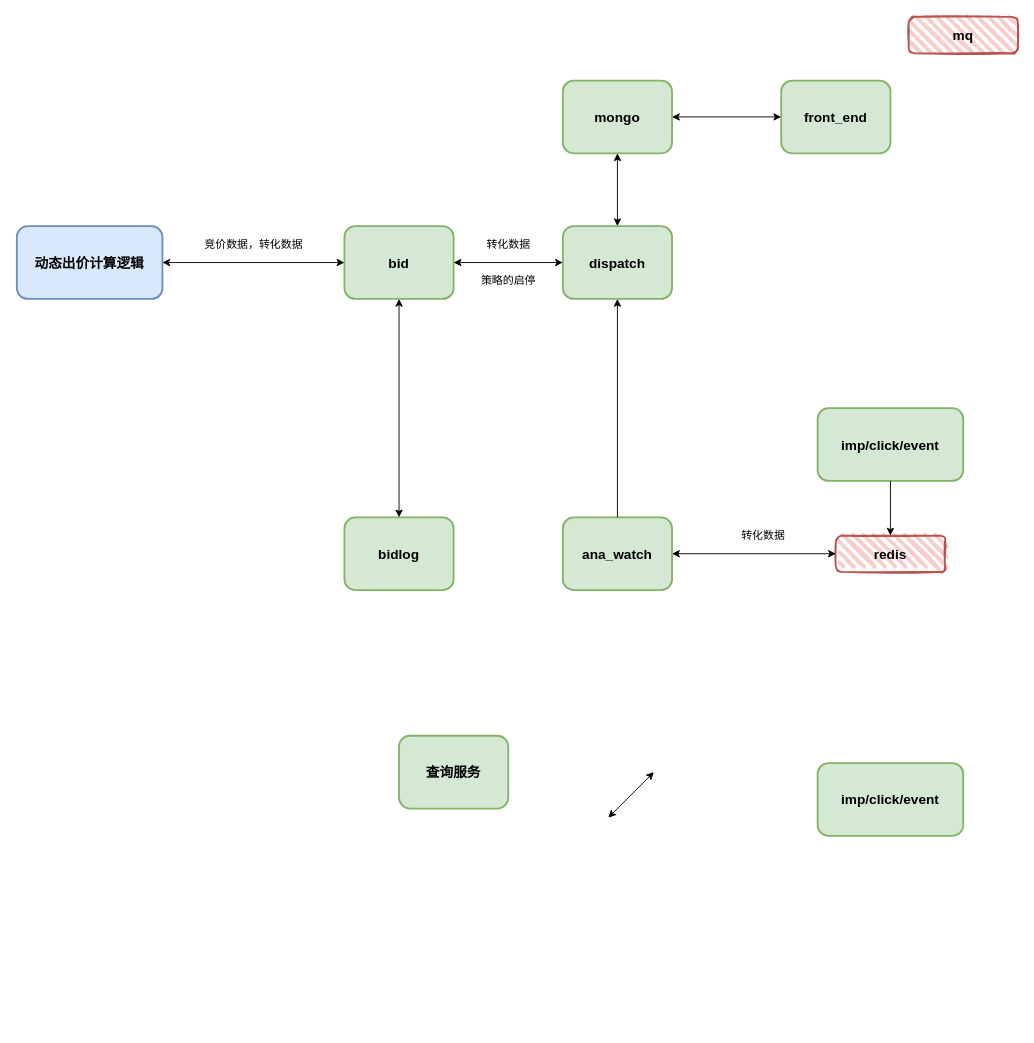
donscoco/diagrams keeps this draw.io diagram as sunteng/bidex/动态出价.drawio. Above is the earlier version. Source tidied: cells renumbered, new cells numbered last; positions are measured from the earlier drawing's top-left corner, leaving out a move shared by most shapes. Both pictures are drawn from the tidied source at 91%, with x=0, y=0 at pixel (16, 16).
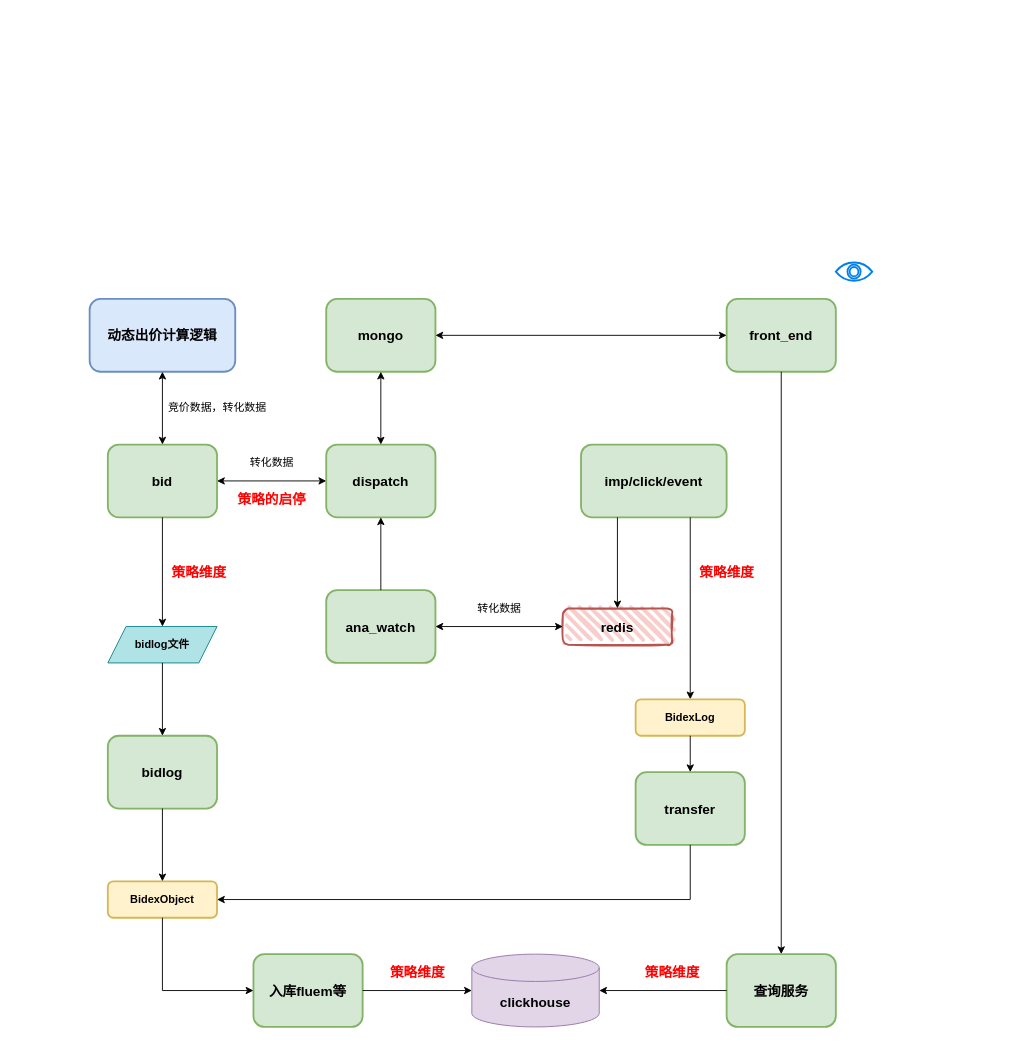
After the change.

Commit message:
更新动态出价.drawio

What changed in the source:
```diff
@@
     <mxCell id="2" value="&lt;b&gt;&lt;font style=&quot;font-size: 15px;&quot;&gt;动态出价计算逻辑&lt;/font&gt;&lt;/b&gt;" style="rounded=1;whiteSpace=wrap;html=1;strokeWidth=2;fillWeight=4;hachureGap=8;hachureAngle=45;fillColor=#dae8fc;strokeColor=#6c8ebf;" parent="1" vertex="1">
-      <mxGeometry y="230" width="160" height="80" as="geometry" />
+      <mxGeometry x="80" y="310" width="160" height="80" as="geometry" />
     </mxCell>
     <mxCell id="3" value="&lt;b&gt;&lt;font style=&quot;font-size: 15px;&quot;&gt;bid&lt;/font&gt;&lt;/b&gt;" style="rounded=1;whiteSpace=wrap;html=1;strokeWidth=2;fillWeight=4;hachureGap=8;hachureAngle=45;fillColor=#d5e8d4;strokeColor=#82b366;" parent="1" vertex="1">
-      <mxGeometry x="360" y="230" width="120" height="80" as="geometry" />
+      <mxGeometry x="100" y="470" width="120" height="80" as="geometry" />
     </mxCell>
-    <mxCell id="4" value="&lt;span style=&quot;font-size: 15px;&quot;&gt;&lt;b&gt;imp/click/event&lt;/b&gt;&lt;/span&gt;" style="rounded=1;whiteSpace=wrap;html=1;strokeWidth=2;fillWeight=4;hachureGap=8;hachureAngle=45;fillColor=#d5e8d4;strokeColor=#82b366;" parent="1" vertex="1">
-      <mxGeometry x="880" y="820" width="160" height="80" as="geometry" />
-    </mxCell>
-    <mxCell id="5" value="&lt;span style=&quot;font-size: 15px;&quot;&gt;&lt;b&gt;bidlog&lt;/b&gt;&lt;/span&gt;" style="rounded=1;whiteSpace=wrap;html=1;strokeWidth=2;fillWeight=4;hachureGap=8;hachureAngle=45;fillColor=#d5e8d4;strokeColor=#82b366;" parent="1" vertex="1">
-      <mxGeometry x="360" y="550" width="120" height="80" as="geometry" />
-    </mxCell>
-    <mxCell id="6" value="&lt;span style=&quot;font-size: 15px;&quot;&gt;&lt;b&gt;查询服务&lt;/b&gt;&lt;/span&gt;" style="rounded=1;whiteSpace=wrap;html=1;strokeWidth=2;fillWeight=4;hachureGap=8;hachureAngle=45;fillColor=#d5e8d4;strokeColor=#82b366;" parent="1" vertex="1">
-      <mxGeometry x="420" y="790" width="120" height="80" as="geometry" />
-    </mxCell>
-    <mxCell id="7" style="endArrow=classic;startArrow=classic;html=1;rounded=0;strokeWidth=1;" parent="1" edge="1">
-      <mxGeometry relative="1" as="geometry">
-        <mxPoint x="650" y="880" as="sourcePoint" />
-        <mxPoint x="700" y="830" as="targetPoint" />
-      </mxGeometry>
-    </mxCell>
-    <mxCell id="8" style="endArrow=classic;startArrow=classic;html=1;rounded=0;strokeWidth=1;" parent="1" edge="1" target="2">
-      <mxGeometry relative="1" as="geometry">
-        <mxPoint x="360" y="270" as="sourcePoint" />
-      </mxGeometry>
+    <mxCell id="8" style="endArrow=classic;startArrow=classic;html=1;rounded=0;strokeWidth=1;" parent="1" edge="1" source="3" target="2">
+      <mxGeometry relative="1" as="geometry" />
     </mxCell>
     <mxCell id="9" value="竞价数据，转化数据" style="text;strokeColor=none;fillColor=none;html=1;fontSize=12;fontStyle=0;verticalAlign=middle;align=center;" parent="1" vertex="1">
-      <mxGeometry x="200" y="230" width="120" height="40" as="geometry" />
+      <mxGeometry x="160" y="410" width="120" height="40" as="geometry" />
     </mxCell>
-    <mxCell id="10" style="endArrow=classic;startArrow=classic;html=1;rounded=0;strokeWidth=1;entryX=0.5;entryY=1;entryDx=0;entryDy=0;" parent="1" edge="1" source="5" target="3">
-      <mxGeometry relative="1" as="geometry" />
-    </mxCell>
     <mxCell id="11" value="&lt;span style=&quot;font-size: 15px;&quot;&gt;&lt;b&gt;imp/click/event&lt;/b&gt;&lt;/span&gt;" style="rounded=1;whiteSpace=wrap;html=1;strokeWidth=2;fillWeight=4;hachureGap=8;hachureAngle=45;fillColor=#d5e8d4;strokeColor=#82b366;" parent="1" vertex="1">
-      <mxGeometry x="880" y="430" width="160" height="80" as="geometry" />
+      <mxGeometry x="620" y="470" width="160" height="80" as="geometry" />
     </mxCell>
     <mxCell id="12" value="redis" style="rounded=1;whiteSpace=wrap;html=1;strokeWidth=2;fillWeight=4;hachureGap=8;hachureAngle=45;fillColor=#f8cecc;sketch=1;strokeColor=#b85450;fontStyle=1;fontSize=15;" parent="1" vertex="1">
-      <mxGeometry x="900" y="570" width="120" height="40" as="geometry" />
+      <mxGeometry x="600" y="650" width="120" height="40" as="geometry" />
     </mxCell>
     <mxCell id="13" value="&lt;span style=&quot;font-size: 15px;&quot;&gt;&lt;b&gt;dispatch&lt;/b&gt;&lt;/span&gt;" style="rounded=1;whiteSpace=wrap;html=1;strokeWidth=2;fillWeight=4;hachureGap=8;hachureAngle=45;fillColor=#d5e8d4;strokeColor=#82b366;" parent="1" vertex="1">
-      <mxGeometry x="600" y="230" width="120" height="80" as="geometry" />
+      <mxGeometry x="340" y="470" width="120" height="80" as="geometry" />
     </mxCell>
-    <mxCell id="14" value="mq" style="rounded=1;whiteSpace=wrap;html=1;strokeWidth=2;fillWeight=4;hachureGap=8;hachureAngle=45;fillColor=#f8cecc;sketch=1;strokeColor=#b85450;fontStyle=1;fontSize=15;" parent="1" vertex="1">
-      <mxGeometry x="980" width="120" height="40" as="geometry" />
-    </mxCell>
-    <mxCell id="15" style="endArrow=classic;html=1;rounded=0;exitX=0.5;exitY=1;exitDx=0;exitDy=0;entryX=0.5;entryY=0;entryDx=0;entryDy=0;" parent="1" edge="1" source="11" target="12">
+    <mxCell id="15" style="endArrow=classic;html=1;rounded=0;exitX=0.25;exitY=1;exitDx=0;exitDy=0;entryX=0.5;entryY=0;entryDx=0;entryDy=0;" parent="1" edge="1" source="11" target="12">
       <mxGeometry relative="1" as="geometry" />
     </mxCell>
     <mxCell id="16" value="&lt;span style=&quot;font-size: 15px;&quot;&gt;&lt;b&gt;ana_watch&lt;/b&gt;&lt;/span&gt;" style="rounded=1;whiteSpace=wrap;html=1;strokeWidth=2;fillWeight=4;hachureGap=8;hachureAngle=45;fillColor=#d5e8d4;strokeColor=#82b366;" parent="1" vertex="1">
-      <mxGeometry x="600" y="550" width="120" height="80" as="geometry" />
+      <mxGeometry x="340" y="630" width="120" height="80" as="geometry" />
     </mxCell>
@@
     <mxCell id="19" value="转化数据" style="text;strokeColor=none;fillColor=none;html=1;fontSize=12;fontStyle=0;verticalAlign=middle;align=center;" parent="1" vertex="1">
-      <mxGeometry x="760" y="550" width="120" height="40" as="geometry" />
+      <mxGeometry x="470" y="630" width="120" height="40" as="geometry" />
     </mxCell>
     <mxCell id="20" value="&lt;span style=&quot;font-size: 15px;&quot;&gt;&lt;b&gt;mongo&lt;/b&gt;&lt;/span&gt;" style="rounded=1;whiteSpace=wrap;html=1;strokeWidth=2;fillWeight=4;hachureGap=8;hachureAngle=45;fillColor=#d5e8d4;strokeColor=#82b366;" parent="1" vertex="1">
-      <mxGeometry x="600" y="70" width="120" height="80" as="geometry" />
+      <mxGeometry x="340" y="310" width="120" height="80" as="geometry" />
     </mxCell>
@@
-    <mxCell id="22" value="策略的启停" style="text;strokeColor=none;fillColor=none;html=1;fontSize=12;fontStyle=0;verticalAlign=middle;align=center;" parent="1" vertex="1">
-      <mxGeometry x="480" y="270" width="120" height="40" as="geometry" />
-    </mxCell>
     <mxCell id="23" value="转化数据" style="text;strokeColor=none;fillColor=none;html=1;fontSize=12;fontStyle=0;verticalAlign=middle;align=center;" parent="1" vertex="1">
-      <mxGeometry x="480" y="230" width="120" height="40" as="geometry" />
+      <mxGeometry x="220" y="470" width="120" height="40" as="geometry" />
     </mxCell>
@@
     <mxCell id="25" value="&lt;span style=&quot;font-size: 15px;&quot;&gt;&lt;b&gt;front_end&lt;/b&gt;&lt;/span&gt;" style="rounded=1;whiteSpace=wrap;html=1;strokeWidth=2;fillWeight=4;hachureGap=8;hachureAngle=45;fillColor=#d5e8d4;strokeColor=#82b366;" parent="1" vertex="1">
-      <mxGeometry x="840" y="70" width="120" height="80" as="geometry" />
+      <mxGeometry x="780" y="310" width="120" height="80" as="geometry" />
     </mxCell>
@@
+    <mxCell id="27" style="html=1;verticalLabelPosition=bottom;align=center;labelBackgroundColor=#ffffff;verticalAlign=top;strokeWidth=2;strokeColor=#0080F0;shadow=0;dashed=0;shape=mxgraph.ios7.icons.eye;fontStyle=1;fontSize=15;" parent="1" vertex="1">
+      <mxGeometry x="900" y="270" width="40" height="20" as="geometry" />
+    </mxCell>
+    <mxCell id="28" style="endArrow=classic;html=1;rounded=0;exitX=0.5;exitY=1;exitDx=0;exitDy=0;entryX=0.5;entryY=0;entryDx=0;entryDy=0;" parent="1" edge="1" source="3" target="41">
+      <mxGeometry relative="1" as="geometry" />
+    </mxCell>
+    <mxCell id="29" style="endArrow=classic;html=1;rounded=0;exitX=0.75;exitY=1;exitDx=0;exitDy=0;" parent="1" edge="1" source="11" target="32">
+      <mxGeometry relative="1" as="geometry" />
+    </mxCell>
+    <mxCell id="5" value="&lt;span style=&quot;font-size: 15px;&quot;&gt;&lt;b&gt;bidlog&lt;/b&gt;&lt;/span&gt;" style="rounded=1;whiteSpace=wrap;html=1;strokeWidth=2;fillWeight=4;hachureGap=8;hachureAngle=45;fillColor=#d5e8d4;strokeColor=#82b366;" parent="1" vertex="1">
+      <mxGeometry x="100" y="790" width="120" height="80" as="geometry" />
+    </mxCell>
+    <mxCell id="6" value="&lt;span style=&quot;font-size: 15px;&quot;&gt;&lt;b&gt;查询服务&lt;/b&gt;&lt;/span&gt;" style="rounded=1;whiteSpace=wrap;html=1;strokeWidth=2;fillWeight=4;hachureGap=8;hachureAngle=45;fillColor=#d5e8d4;strokeColor=#82b366;" parent="1" vertex="1">
+      <mxGeometry x="780" y="1030" width="120" height="80" as="geometry" />
+    </mxCell>
+    <mxCell id="30" value="&lt;span style=&quot;font-size: 15px;&quot;&gt;&lt;b&gt;transfer&lt;/b&gt;&lt;/span&gt;" style="rounded=1;whiteSpace=wrap;html=1;strokeWidth=2;fillWeight=4;hachureGap=8;hachureAngle=45;fillColor=#d5e8d4;strokeColor=#82b366;" parent="1" vertex="1">
+      <mxGeometry x="680" y="830" width="120" height="80" as="geometry" />
+    </mxCell>
+    <mxCell id="31" style="endArrow=classic;html=1;rounded=0;exitX=0;exitY=0.5;exitDx=0;exitDy=0;entryX=1;entryY=0.5;entryDx=0;entryDy=0;entryPerimeter=0;" parent="1" edge="1" source="6" target="40">
+      <mxGeometry relative="1" as="geometry" />
+    </mxCell>
+    <mxCell id="32" value="BidexLog" style="rounded=1;whiteSpace=wrap;html=1;strokeWidth=2;fillWeight=4;hachureGap=8;hachureAngle=45;fillColor=#fff2cc;fontStyle=1;strokeColor=#d6b656;" parent="1" vertex="1">
+      <mxGeometry x="680" y="750" width="120" height="40" as="geometry" />
+    </mxCell>
+    <mxCell id="33" value="BidexObject" style="rounded=1;whiteSpace=wrap;html=1;strokeWidth=2;fillWeight=4;hachureGap=8;hachureAngle=45;fillColor=#fff2cc;fontStyle=1;strokeColor=#d6b656;" parent="1" vertex="1">
+      <mxGeometry x="100" y="950" width="120" height="40" as="geometry" />
+    </mxCell>
+    <mxCell id="34" style="endArrow=classic;html=1;rounded=0;exitX=0.5;exitY=1;exitDx=0;exitDy=0;entryX=0.5;entryY=0;entryDx=0;entryDy=0;" parent="1" edge="1" source="5" target="33">
+      <mxGeometry relative="1" as="geometry" />
+    </mxCell>
+    <mxCell id="35" style="endArrow=classic;html=1;rounded=0;exitX=0.5;exitY=1;exitDx=0;exitDy=0;entryX=0.5;entryY=0;entryDx=0;entryDy=0;" parent="1" edge="1" source="32" target="30">
+      <mxGeometry relative="1" as="geometry" />
+    </mxCell>
+    <mxCell id="36" style="endArrow=classic;html=1;rounded=0;exitX=0.5;exitY=1;exitDx=0;exitDy=0;entryX=1;entryY=0.5;entryDx=0;entryDy=0;" parent="1" edge="1" source="30" target="33">
+      <mxGeometry relative="1" as="geometry">
+        <Array as="points">
+          <mxPoint x="740" y="970" />
+        </Array>
+      </mxGeometry>
+    </mxCell>
+    <mxCell id="37" value="&lt;span style=&quot;font-size: 15px;&quot;&gt;&lt;b&gt;入库fluem等&lt;/b&gt;&lt;/span&gt;" style="rounded=1;whiteSpace=wrap;html=1;strokeWidth=2;fillWeight=4;hachureGap=8;hachureAngle=45;fillColor=#d5e8d4;strokeColor=#82b366;" parent="1" vertex="1">
+      <mxGeometry x="260" y="1030" width="120" height="80" as="geometry" />
+    </mxCell>
+    <mxCell id="38" style="endArrow=classic;html=1;rounded=0;exitX=0.5;exitY=1;exitDx=0;exitDy=0;entryX=0;entryY=0.5;entryDx=0;entryDy=0;" parent="1" edge="1" source="33" target="37">
+      <mxGeometry relative="1" as="geometry">
+        <Array as="points">
+          <mxPoint x="160" y="1070" />
+        </Array>
+      </mxGeometry>
+    </mxCell>
+    <mxCell id="39" style="endArrow=classic;html=1;rounded=0;exitX=1;exitY=0.5;exitDx=0;exitDy=0;entryX=0;entryY=0.5;entryDx=0;entryDy=0;entryPerimeter=0;" parent="1" edge="1" source="37" target="40">
+      <mxGeometry relative="1" as="geometry" />
+    </mxCell>
+    <mxCell id="40" value="&lt;b style=&quot;border-color: var(--border-color); font-size: 15px;&quot;&gt;clickhouse&lt;/b&gt;" style="shape=cylinder3;whiteSpace=wrap;html=1;boundedLbl=1;backgroundOutline=1;size=15;fillColor=#e1d5e7;strokeColor=#9673a6;" parent="1" vertex="1">
+      <mxGeometry x="500" y="1030" width="140" height="80" as="geometry" />
+    </mxCell>
+    <mxCell id="41" value="bidlog文件" style="shape=parallelogram;perimeter=parallelogramPerimeter;whiteSpace=wrap;html=1;fixedSize=1;fontStyle=1;fillColor=#b0e3e6;strokeColor=#0e8088;" parent="1" vertex="1">
+      <mxGeometry x="100" y="670" width="120" height="40" as="geometry" />
+    </mxCell>
+    <mxCell id="42" style="endArrow=classic;html=1;rounded=0;exitX=0.5;exitY=1;exitDx=0;exitDy=0;entryX=0.5;entryY=0;entryDx=0;entryDy=0;" parent="1" edge="1" source="41" target="5">
+      <mxGeometry relative="1" as="geometry" />
+    </mxCell>
+    <mxCell id="43" value="策略维度" style="text;strokeColor=none;fillColor=none;html=1;fontSize=15;fontStyle=1;verticalAlign=middle;align=center;fontColor=#FF0000;" parent="1" vertex="1">
+      <mxGeometry x="740" y="590" width="80" height="40" as="geometry" />
+    </mxCell>
+    <mxCell id="44" style="endArrow=classic;html=1;rounded=0;exitX=0.5;exitY=1;exitDx=0;exitDy=0;entryX=0.5;entryY=0;entryDx=0;entryDy=0;" parent="1" edge="1" source="25" target="6">
+      <mxGeometry relative="1" as="geometry" />
+    </mxCell>
+    <mxCell id="45" value="策略维度" style="text;strokeColor=none;fillColor=none;html=1;fontSize=15;fontStyle=1;verticalAlign=middle;align=center;fontColor=#FF0000;" parent="1" vertex="1">
+      <mxGeometry x="160" y="590" width="80" height="40" as="geometry" />
+    </mxCell>
+    <mxCell id="22" value="策略的启停" style="text;strokeColor=none;fillColor=none;html=1;fontSize=15;fontStyle=1;verticalAlign=middle;align=center;fontColor=#FF0000;" parent="1" vertex="1">
+      <mxGeometry x="230" y="510" width="100" height="40" as="geometry" />
+    </mxCell>
+    <mxCell id="46" value="策略维度" style="text;strokeColor=none;fillColor=none;html=1;fontSize=15;fontStyle=1;verticalAlign=middle;align=center;fontColor=#FF0000;" parent="1" vertex="1">
+      <mxGeometry x="400" y="1030" width="80" height="40" as="geometry" />
+    </mxCell>
+    <mxCell id="47" value="策略维度" style="text;strokeColor=none;fillColor=none;html=1;fontSize=15;fontStyle=1;verticalAlign=middle;align=center;fontColor=#FF0000;" parent="1" vertex="1">
+      <mxGeometry x="680" y="1030" width="80" height="40" as="geometry" />
+    </mxCell>
```
